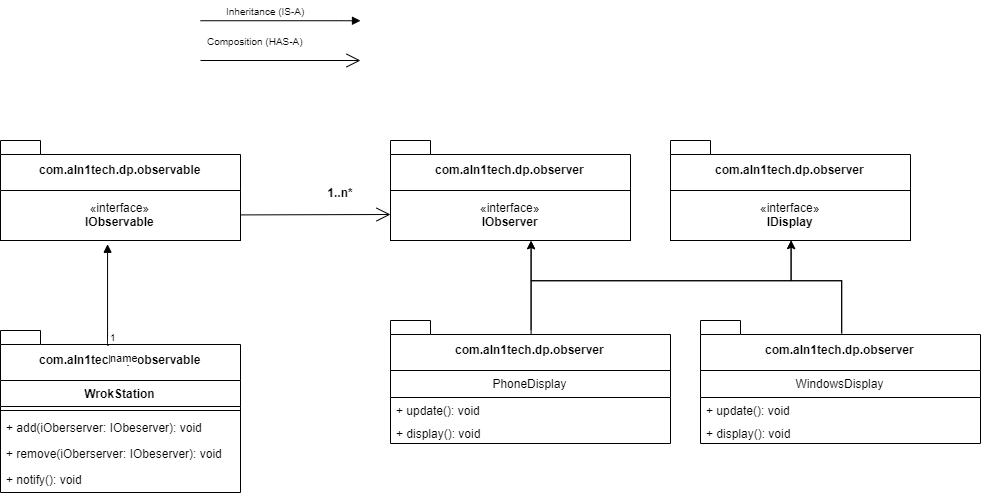
Earlier version of the draw.io export observer-pattern/src/main/resources/uml/observer-pattern.png (aln1tech/design-pattern). Source tidied: cells renumbered, new cells last; positions are measured from the earlier drawing's top-left corner, leaving out a move shared by most shapes.
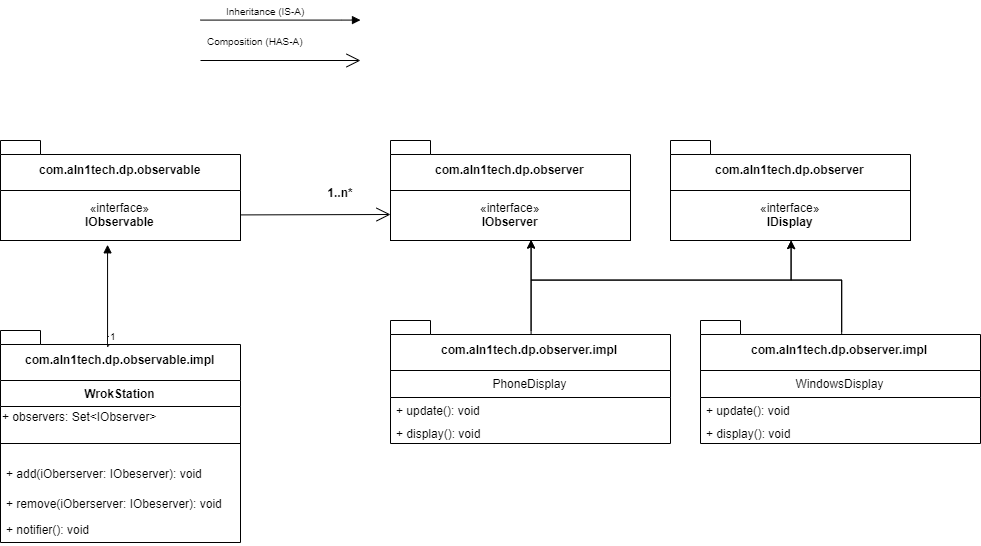
Later version of the same file.

The edit, as a diff of the source:
```diff
@@ -2,26 +2,29 @@
   <root>
     <mxCell id="0" />
     <mxCell id="1" parent="0" />
-    <mxCell id="2" value="com.aln1tech.dp.observable" style="shape=folder;fontStyle=1;spacingTop=10;tabWidth=40;tabHeight=14;tabPosition=left;html=1;" parent="1" vertex="1">
+    <mxCell id="2" value="com.aln1tech.dp.observable.impl" style="shape=folder;fontStyle=1;spacingTop=10;tabWidth=40;tabHeight=14;tabPosition=left;html=1;" parent="1" vertex="1">
       <mxGeometry y="330" width="240" height="50" as="geometry" />
     </mxCell>
     <mxCell id="3" value="com.aln1tech.dp.observer" style="shape=folder;fontStyle=1;spacingTop=10;tabWidth=40;tabHeight=14;tabPosition=left;html=1;" parent="1" vertex="1">
       <mxGeometry x="390" y="140" width="240" height="50" as="geometry" />
     </mxCell>
     <mxCell id="4" value="WrokStation" style="swimlane;fontStyle=1;align=center;verticalAlign=top;horizontal=1;startSize=26;" parent="1" vertex="1">
-      <mxGeometry y="380" width="240" height="112" as="geometry" />
+      <mxGeometry y="380" width="240" height="162" as="geometry" />
     </mxCell>
+    <mxCell id="35" value="+&amp;nbsp;observers:&amp;nbsp;Set&amp;lt;IObserver&amp;gt;" style="text;html=1;align=left;verticalAlign=middle;direction=south;" parent="4" vertex="1">
+      <mxGeometry y="26" width="240" height="20" as="geometry" />
+    </mxCell>
     <mxCell id="5" style="line;strokeWidth=1;fillColor=none;align=left;verticalAlign=middle;spacingTop=-1;spacingLeft=3;spacingRight=3;labelPosition=right;" parent="4" vertex="1">
-      <mxGeometry y="26" width="240" height="8" as="geometry" />
+      <mxGeometry y="46" width="240" height="34" as="geometry" />
     </mxCell>
     <mxCell id="6" value="+ add(iOberserver: IObeserver): void" style="text;strokeColor=none;fillColor=none;align=left;verticalAlign=top;spacingLeft=4;spacingRight=4;overflow=hidden;" parent="4" vertex="1">
-      <mxGeometry y="34" width="240" height="26" as="geometry" />
+      <mxGeometry y="80" width="240" height="30" as="geometry" />
     </mxCell>
     <mxCell id="7" value="+ remove(iOberserver: IObeserver): void" style="text;strokeColor=none;fillColor=none;align=left;verticalAlign=top;spacingLeft=4;spacingRight=4;overflow=hidden;" parent="4" vertex="1">
-      <mxGeometry y="60" width="240" height="26" as="geometry" />
+      <mxGeometry y="110" width="240" height="26" as="geometry" />
     </mxCell>
-    <mxCell id="8" value="+ notify(): void" style="text;strokeColor=none;fillColor=none;align=left;verticalAlign=top;spacingLeft=4;spacingRight=4;overflow=hidden;" parent="4" vertex="1">
-      <mxGeometry y="86" width="240" height="26" as="geometry" />
+    <mxCell id="8" value="+ notifier(): void" style="text;strokeColor=none;fillColor=none;align=left;verticalAlign=top;spacingLeft=4;spacingRight=4;overflow=hidden;" parent="4" vertex="1">
+      <mxGeometry y="136" width="240" height="26" as="geometry" />
     </mxCell>
     <mxCell id="9" value="«interface»&lt;br&gt;&lt;b&gt;IObservable&lt;/b&gt;" style="html=1;" parent="1" vertex="1">
       <mxGeometry y="190" width="240" height="50" as="geometry" />
@@ -60,7 +63,7 @@
     <mxCell id="17" style="edgeStyle=orthogonalEdgeStyle;rounded=0;jettySize=auto;html=1;exitX=0.504;exitY=0.273;exitDx=0;exitDy=0;exitPerimeter=0;" parent="1" edge="1" source="18" target="29">
       <mxGeometry relative="1" as="geometry" />
     </mxCell>
-    <mxCell id="18" value="com.aln1tech.dp.observer" style="shape=folder;fontStyle=1;spacingTop=10;tabWidth=40;tabHeight=14;tabPosition=left;html=1;" parent="1" vertex="1">
+    <mxCell id="18" value="com.aln1tech.dp.observer.impl" style="shape=folder;fontStyle=1;spacingTop=10;tabWidth=40;tabHeight=14;tabPosition=left;html=1;" parent="1" vertex="1">
       <mxGeometry x="390" y="320" width="280" height="50" as="geometry" />
     </mxCell>
     <mxCell id="19" value="PhoneDisplay" style="swimlane;fontStyle=0;horizontal=1;startSize=27;fillColor=none;" parent="1" vertex="1">
@@ -84,7 +87,7 @@
         </Array>
       </mxGeometry>
     </mxCell>
-    <mxCell id="24" value="com.aln1tech.dp.observer" style="shape=folder;fontStyle=1;spacingTop=10;tabWidth=40;tabHeight=14;tabPosition=left;html=1;" parent="1" vertex="1">
+    <mxCell id="24" value="com.aln1tech.dp.observer.impl" style="shape=folder;fontStyle=1;spacingTop=10;tabWidth=40;tabHeight=14;tabPosition=left;html=1;" parent="1" vertex="1">
       <mxGeometry x="700" y="320" width="280" height="50" as="geometry" />
     </mxCell>
     <mxCell id="25" value="WindowsDisplay" style="swimlane;fontStyle=0;horizontal=1;startSize=27;fillColor=none;" parent="1" vertex="1">
@@ -120,7 +123,7 @@
     <mxCell id="32" value="1..n*" style="text;align=center;fontStyle=1;verticalAlign=middle;spacingLeft=3;spacingRight=3;strokeColor=none;" parent="1" vertex="1">
       <mxGeometry x="300" y="180" width="80" height="26" as="geometry" />
     </mxCell>
-    <mxCell id="33" value="name" style="endArrow=block;endFill=1;html=1;edgeStyle=orthogonalEdgeStyle;align=left;verticalAlign=top;exitX=0.45;exitY=0.294;exitDx=0;exitDy=0;exitPerimeter=0;entryX=0.448;entryY=1.085;entryDx=0;entryDy=0;entryPerimeter=0;" parent="1" edge="1" source="2" target="9">
+    <mxCell id="33" style="endArrow=block;endFill=1;html=1;edgeStyle=orthogonalEdgeStyle;align=left;verticalAlign=top;exitX=0.45;exitY=0.294;exitDx=0;exitDy=0;exitPerimeter=0;entryX=0.448;entryY=1.085;entryDx=0;entryDy=0;entryPerimeter=0;" parent="1" edge="1" source="2" target="9">
       <mxGeometry x="-1" relative="1" as="geometry">
         <Array as="points">
           <mxPoint x="107" y="345" />
```
